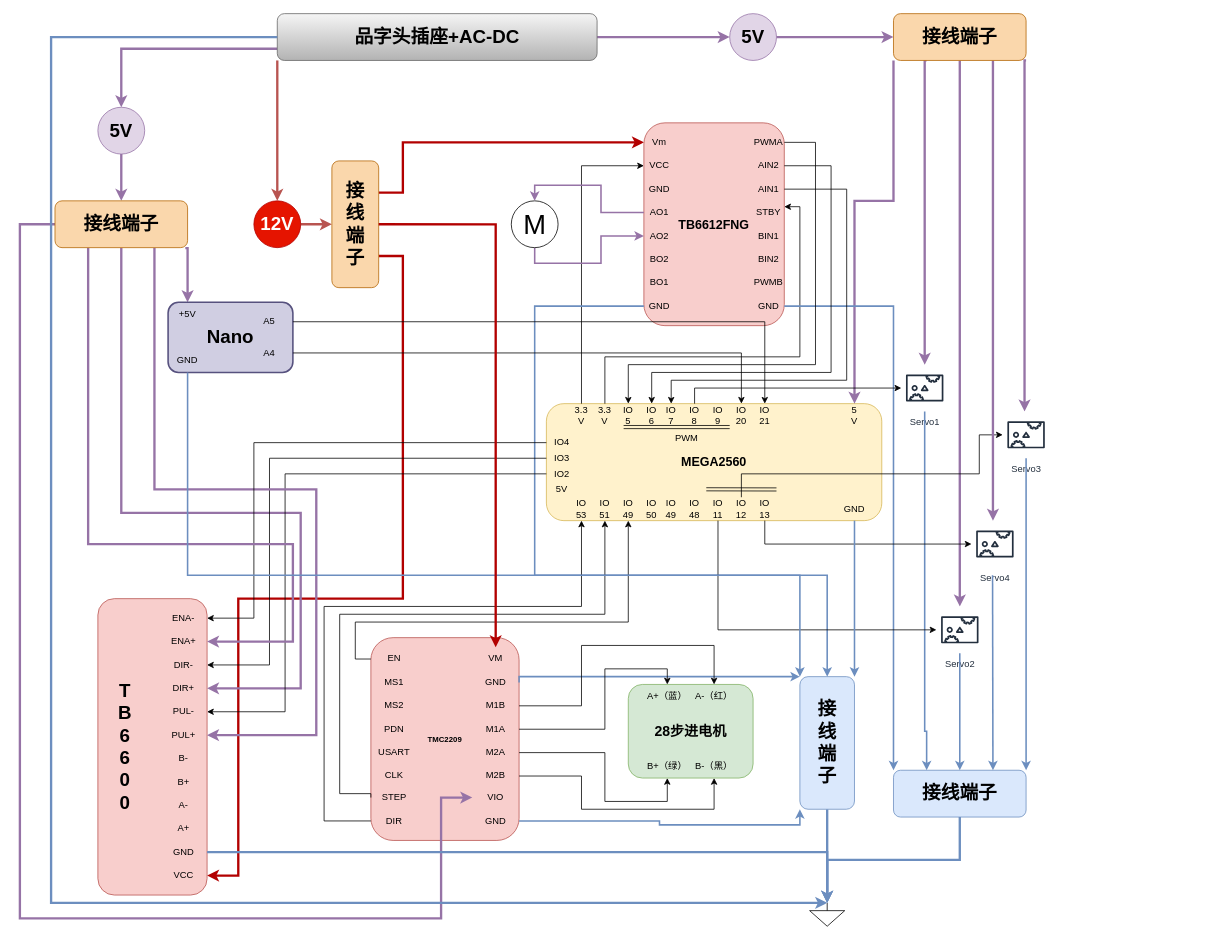
Earlier version of the draw.io diagram 电路图出纸.drawio (xinlanzi/Induisal-design). Source tidied: cells renumbered, new cells numbered last; positions are measured from the earlier drawing's top-left corner, leaving out a move shared by most shapes. Both pictures are drawn from the tidied source at 78%, with x=0, y=0 at pixel (20, 13).
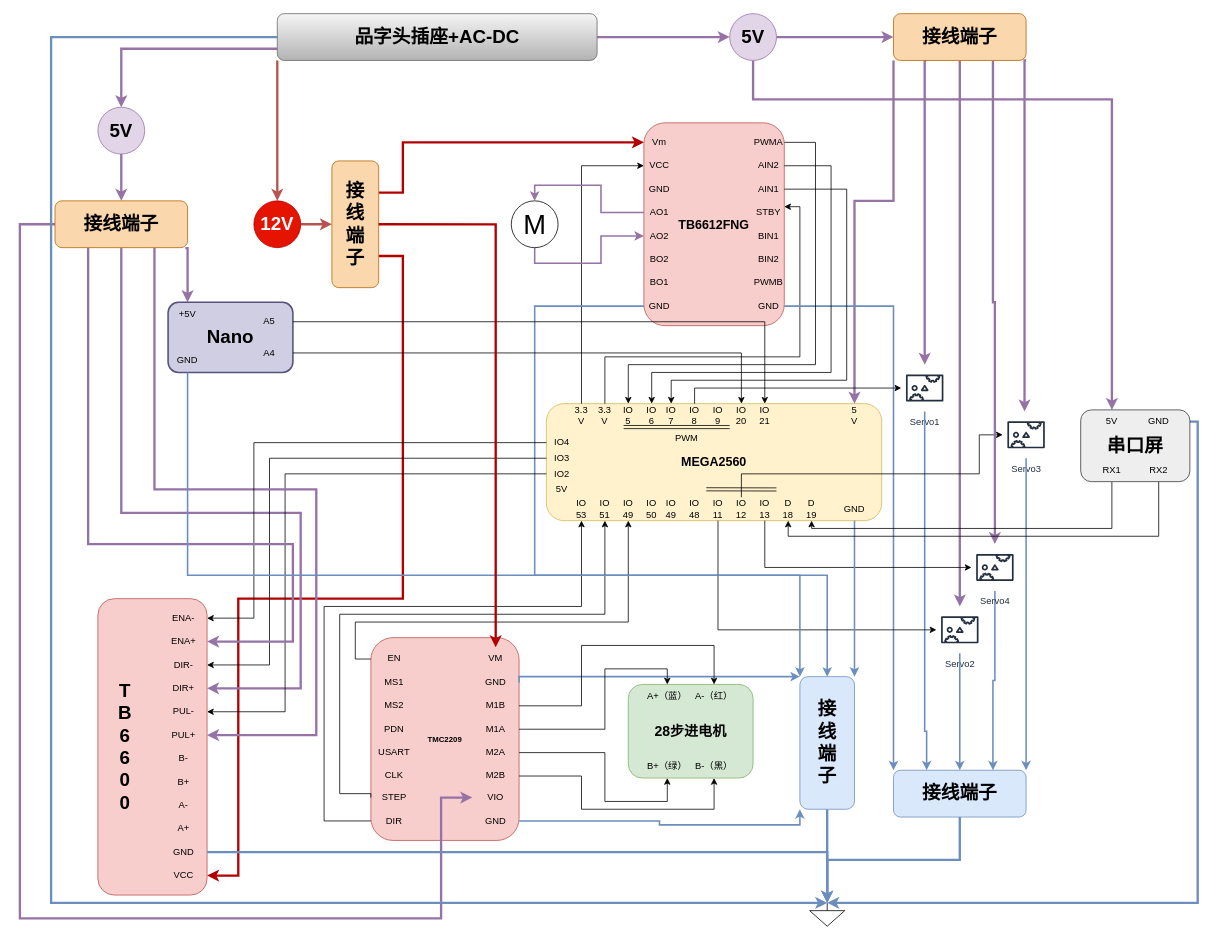
Above is the later version.

Commit message:
更新电路图出纸.drawio

Unchanged cells that the change refers to:
```xml
<mxCell id="22" style="group;" parent="1" vertex="1">
  <mxGeometry x="675" y="500" width="430" height="150" as="geometry" />
</mxCell>
<mxCell id="41" value="IO&lt;div&gt;13&lt;/div&gt;" style="text;html=1;whiteSpace=wrap;strokeColor=none;fillColor=none;align=center;verticalAlign=middle;rounded=0;" parent="22" vertex="1">
  <mxGeometry x="265" y="120" width="30" height="30" as="geometry" />
</mxCell>
<mxCell id="57" style="verticalLabelPosition=bottom;shadow=0;dashed=0;align=center;html=1;verticalAlign=top;shape=mxgraph.electrical.signal_sources.signal_ground;" parent="1" vertex="1">
  <mxGeometry x="1012.5" y="1140" width="45" height="30" as="geometry" />
</mxCell>
<mxCell id="145" value="&lt;font style=&quot;font-size: 24px;&quot;&gt;&lt;b&gt;5V&lt;/b&gt;&lt;/font&gt;" style="ellipse;whiteSpace=wrap;html=1;fillColor=#e1d5e7;strokeColor=#9673a6;" parent="1" vertex="1">
  <mxGeometry x="910" width="60" height="60" as="geometry" />
</mxCell>
<mxCell id="148" value="&lt;font style=&quot;font-size: 24px;&quot;&gt;&lt;b&gt;接&lt;/b&gt;&lt;/font&gt;&lt;b style=&quot;font-size: 24px; background-color: transparent; color: light-dark(rgb(0, 0, 0), rgb(255, 255, 255));&quot;&gt;线&lt;/b&gt;&lt;b style=&quot;font-size: 24px; background-color: transparent; color: light-dark(rgb(0, 0, 0), rgb(255, 255, 255));&quot;&gt;端&lt;/b&gt;&lt;b style=&quot;font-size: 24px; background-color: transparent; color: light-dark(rgb(0, 0, 0), rgb(255, 255, 255));&quot;&gt;子&lt;/b&gt;" style="rounded=1;whiteSpace=wrap;html=1;fillColor=#fad7ac;strokeColor=#b46504;" parent="1" vertex="1">
  <mxGeometry x="1120" width="170" height="60" as="geometry" />
</mxCell>
<mxCell id="158" value="&lt;font style=&quot;font-size: 24px;&quot;&gt;&lt;b&gt;接&lt;/b&gt;&lt;/font&gt;&lt;b style=&quot;font-size: 24px; background-color: transparent; color: light-dark(rgb(0, 0, 0), rgb(255, 255, 255));&quot;&gt;线&lt;/b&gt;&lt;b style=&quot;font-size: 24px; background-color: transparent; color: light-dark(rgb(0, 0, 0), rgb(255, 255, 255));&quot;&gt;端&lt;/b&gt;&lt;b style=&quot;font-size: 24px; background-color: transparent; color: light-dark(rgb(0, 0, 0), rgb(255, 255, 255));&quot;&gt;子&lt;/b&gt;" style="rounded=1;whiteSpace=wrap;html=1;fillColor=#dae8fc;strokeColor=#6c8ebf;" parent="1" vertex="1">
  <mxGeometry x="1120" y="970" width="170" height="60" as="geometry" />
</mxCell>
```

What changed in the source:
```diff
@@
+    <mxCell id="165" value="D&lt;div&gt;18&lt;/div&gt;" style="text;html=1;whiteSpace=wrap;strokeColor=none;fillColor=none;align=center;verticalAlign=middle;rounded=0;" parent="22" vertex="1">
+      <mxGeometry x="295" y="120" width="30" height="30" as="geometry" />
+    </mxCell>
+    <mxCell id="166" value="D&lt;div&gt;19&lt;/div&gt;" style="text;html=1;whiteSpace=wrap;strokeColor=none;fillColor=none;align=center;verticalAlign=middle;rounded=0;" parent="22" vertex="1">
+      <mxGeometry x="325" y="120" width="30" height="30" as="geometry" />
+    </mxCell>
@@
-    <mxCell id="105" value="Servo4" style="sketch=0;outlineConnect=0;fontColor=#232F3E;gradientColor=none;strokeColor=#232F3E;fillColor=#ffffff;dashed=0;verticalLabelPosition=bottom;verticalAlign=top;align=center;html=1;fontSize=12;fontStyle=0;shape=mxgraph.aws4.resourceIcon;resIcon=mxgraph.aws4.servo;" parent="1" vertex="1">
-      <mxGeometry x="1220" y="650" width="60" height="60" as="geometry" />
-    </mxCell>
@@
     <mxCell id="107" style="edgeStyle=orthogonalEdgeStyle;rounded=0;jettySize=auto;html=1;exitX=0.5;exitY=1;exitDx=0;exitDy=0;" parent="1" edge="1" source="41" target="105">
       <mxGeometry relative="1" as="geometry">
         <Array as="points">
-          <mxPoint x="955" y="680" />
+          <mxPoint x="955" y="710" />
         </Array>
       </mxGeometry>
     </mxCell>
     <mxCell id="108" style="edgeStyle=orthogonalEdgeStyle;rounded=0;jettySize=auto;html=1;fillColor=#e1d5e7;strokeColor=#9673a6;strokeWidth=3;exitX=0.75;exitY=1;exitDx=0;exitDy=0;" parent="1" edge="1" source="148" target="105">
-      <mxGeometry relative="1" as="geometry">
-        <Array as="points">
-          <mxPoint x="1248" y="700" />
-        </Array>
-      </mxGeometry>
+      <mxGeometry relative="1" as="geometry" />
     </mxCell>
@@
+    <mxCell id="167" style="edgeStyle=orthogonalEdgeStyle;rounded=0;jettySize=auto;html=1;exitX=0.5;exitY=1;exitDx=0;exitDy=0;entryX=0.5;entryY=0;entryDx=0;entryDy=0;fillColor=#e1d5e7;strokeColor=#9673a6;strokeWidth=3;" parent="1" edge="1" source="145" target="175">
+      <mxGeometry relative="1" as="geometry">
+        <Array as="points">
+          <mxPoint x="940" y="110" />
+          <mxPoint x="1400" y="110" />
+        </Array>
+      </mxGeometry>
+    </mxCell>
@@
-    <mxCell id="159" style="edgeStyle=orthogonalEdgeStyle;rounded=0;jettySize=auto;html=1;fillColor=#dae8fc;strokeColor=#6c8ebf;strokeWidth=2;entryX=0.75;entryY=0;entryDx=0;entryDy=0;" parent="1" edge="1" target="158">
-      <mxGeometry relative="1" as="geometry">
-        <mxPoint x="1247" y="720" as="sourcePoint" />
-      </mxGeometry>
+    <mxCell id="159" style="edgeStyle=orthogonalEdgeStyle;rounded=0;jettySize=auto;html=1;fillColor=#dae8fc;strokeColor=#6c8ebf;strokeWidth=2;entryX=0.75;entryY=0;entryDx=0;entryDy=0;" parent="1" edge="1" source="105" target="158">
+      <mxGeometry relative="1" as="geometry" />
     </mxCell>
@@
+    <mxCell id="168" style="edgeStyle=orthogonalEdgeStyle;rounded=0;jettySize=auto;html=1;exitX=0.5;exitY=1;exitDx=0;exitDy=0;entryX=0.5;entryY=1;entryDx=0;entryDy=0;" parent="1" edge="1" source="173" target="166">
+      <mxGeometry relative="1" as="geometry">
+        <Array as="points">
+          <mxPoint x="1400" y="660" />
+          <mxPoint x="1015" y="660" />
+        </Array>
+      </mxGeometry>
+    </mxCell>
+    <mxCell id="169" style="edgeStyle=orthogonalEdgeStyle;rounded=0;jettySize=auto;html=1;exitX=0.5;exitY=1;exitDx=0;exitDy=0;entryX=0.5;entryY=1;entryDx=0;entryDy=0;" parent="1" edge="1" source="174" target="165">
+      <mxGeometry relative="1" as="geometry">
+        <Array as="points">
+          <mxPoint x="1460" y="670" />
+          <mxPoint x="985" y="670" />
+        </Array>
+      </mxGeometry>
+    </mxCell>
+    <mxCell id="105" value="Servo4" style="sketch=0;outlineConnect=0;fontColor=#232F3E;gradientColor=none;strokeColor=#232F3E;fillColor=#ffffff;dashed=0;verticalLabelPosition=bottom;verticalAlign=top;align=center;html=1;fontSize=12;fontStyle=0;shape=mxgraph.aws4.resourceIcon;resIcon=mxgraph.aws4.servo;" parent="1" vertex="1">
+      <mxGeometry x="1220" y="680" width="60" height="60" as="geometry" />
+    </mxCell>
+    <mxCell id="170" style="edgeStyle=orthogonalEdgeStyle;rounded=0;jettySize=auto;html=1;exitX=1;exitY=0.5;exitDx=0;exitDy=0;entryX=0.5;entryY=0;entryDx=0;entryDy=0;entryPerimeter=0;fillColor=#dae8fc;strokeColor=#6c8ebf;strokeWidth=3;" parent="1" edge="1" source="176" target="57">
+      <mxGeometry relative="1" as="geometry">
+        <Array as="points">
+          <mxPoint x="1510" y="523" />
+          <mxPoint x="1510" y="1140" />
+        </Array>
+      </mxGeometry>
+    </mxCell>
+    <mxCell id="171" style="group;" parent="1" vertex="1">
+      <mxGeometry x="1360" y="508" width="140" height="92" as="geometry" />
+    </mxCell>
+    <mxCell id="172" value="&lt;font style=&quot;font-size: 24px;&quot;&gt;&lt;b&gt;串口屏&lt;/b&gt;&lt;/font&gt;" style="rounded=1;whiteSpace=wrap;html=1;fillColor=#eeeeee;strokeColor=#36393d;" parent="171" vertex="1">
+      <mxGeometry width="140" height="92" as="geometry" />
+    </mxCell>
+    <mxCell id="173" value="RX1" style="text;html=1;whiteSpace=wrap;strokeColor=none;fillColor=none;align=center;verticalAlign=middle;rounded=0;" parent="171" vertex="1">
+      <mxGeometry x="10" y="62" width="60" height="30" as="geometry" />
+    </mxCell>
+    <mxCell id="174" value="RX2" style="text;html=1;whiteSpace=wrap;strokeColor=none;fillColor=none;align=center;verticalAlign=middle;rounded=0;" parent="171" vertex="1">
+      <mxGeometry x="70" y="62" width="60" height="30" as="geometry" />
+    </mxCell>
+    <mxCell id="175" value="5V" style="text;html=1;whiteSpace=wrap;strokeColor=none;fillColor=none;align=center;verticalAlign=middle;rounded=0;" parent="171" vertex="1">
+      <mxGeometry x="10" width="60" height="30" as="geometry" />
+    </mxCell>
+    <mxCell id="176" value="GND" style="text;html=1;whiteSpace=wrap;strokeColor=none;fillColor=none;align=center;verticalAlign=middle;rounded=0;" parent="171" vertex="1">
+      <mxGeometry x="70" width="60" height="30" as="geometry" />
+    </mxCell>
```
